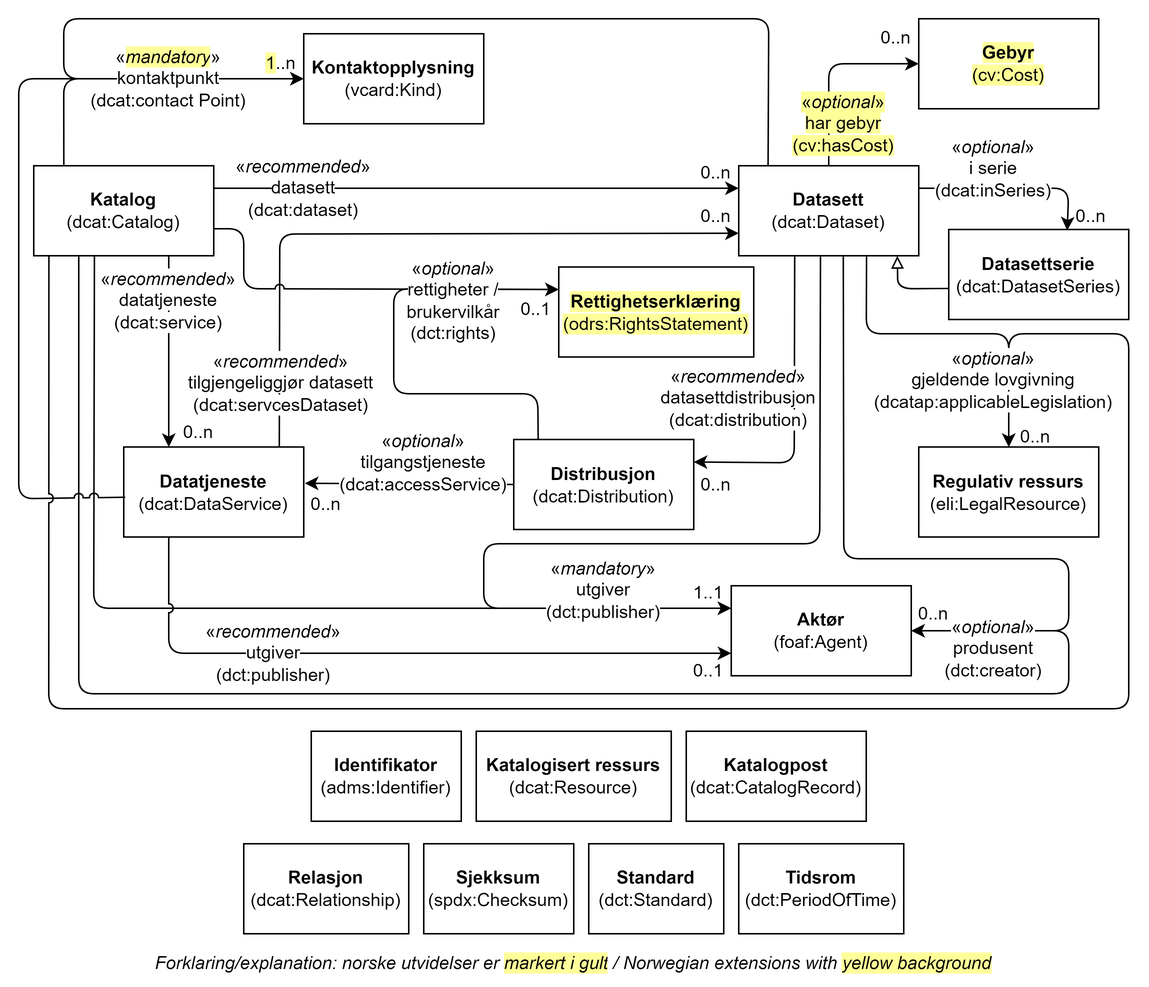
Before: docs/images/DCAT-AP-NO-klasser.png, a diagram exported from draw.io (Informasjonsforvaltning/dcat-ap-no). Source tidied: cells renumbered, new cells last; positions are measured from the earlier drawing's top-left corner, leaving out a move shared by most shapes.
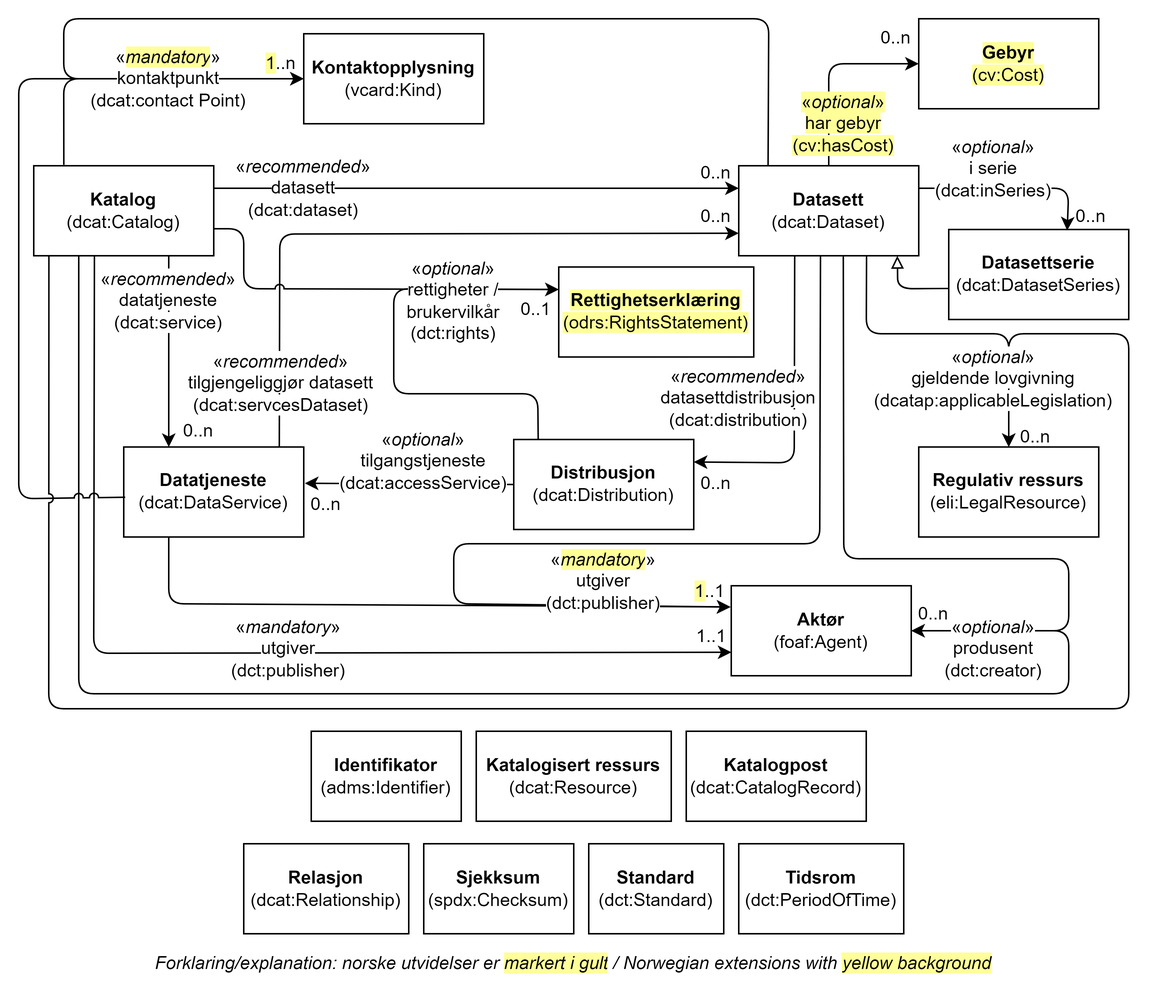
Later version of the same file.

Commit message:
Issue Datatjeneste - utgiver (dct:publisher) bør være obligatorisk #528

Diff of the diagram source:
```diff
@@ -2,19 +2,19 @@
   <root>
     <mxCell id="0" />
     <mxCell id="1" parent="0" />
-    <mxCell id="2" style="endArrow=classic;html=1;rounded=1;entryX=0;entryY=0.25;entryDx=0;entryDy=0;curved=0;exitX=0.337;exitY=0.979;exitDx=0;exitDy=0;exitPerimeter=0;" parent="1" edge="1" source="4" target="25">
+    <mxCell id="2" style="endArrow=classic;html=1;rounded=1;entryX=0.001;entryY=0.739;entryDx=0;entryDy=0;curved=0;exitX=0.337;exitY=0.979;exitDx=0;exitDy=0;exitPerimeter=0;entryPerimeter=0;" parent="1" edge="1" source="4" target="25">
       <mxGeometry relative="1" as="geometry">
         <Array as="points">
-          <mxPoint x="50" y="393" />
+          <mxPoint x="50" y="423" />
         </Array>
       </mxGeometry>
     </mxCell>
-    <mxCell id="3" style="endArrow=classic;html=1;rounded=1;entryX=0;entryY=0.25;entryDx=0;entryDy=0;curved=0;exitX=0.454;exitY=0.982;exitDx=0;exitDy=0;exitPerimeter=0;" parent="1" edge="1" source="5" target="25">
+    <mxCell id="3" style="endArrow=classic;html=1;rounded=1;entryX=-0.005;entryY=0.236;entryDx=0;entryDy=0;curved=0;exitX=0.454;exitY=0.982;exitDx=0;exitDy=0;exitPerimeter=0;entryPerimeter=0;" parent="1" edge="1" source="5" target="25">
       <mxGeometry relative="1" as="geometry">
         <Array as="points">
           <mxPoint x="534" y="350" />
-          <mxPoint x="310" y="350" />
-          <mxPoint x="310" y="393" />
+          <mxPoint x="290" y="350" />
+          <mxPoint x="290" y="390" />
         </Array>
       </mxGeometry>
     </mxCell>
@@ -106,7 +106,7 @@
       </mxGeometry>
     </mxCell>
     <mxCell id="27" value="1..1" style="text;html=1;strokeColor=none;fillColor=none;align=center;verticalAlign=middle;whiteSpace=wrap;rounded=0;" parent="1" vertex="1">
-      <mxGeometry x="445" y="370.5" width="30" height="25" as="geometry" />
+      <mxGeometry x="447" y="399" width="30" height="25" as="geometry" />
     </mxCell>
     <mxCell id="28" value="0..n" style="text;html=1;strokeColor=none;fillColor=none;align=center;verticalAlign=middle;whiteSpace=wrap;rounded=0;" parent="1" vertex="1">
       <mxGeometry x="450" y="90" width="30" height="25" as="geometry" />
@@ -140,9 +140,6 @@
     <mxCell id="35" value="0..n" style="text;html=1;strokeColor=none;fillColor=none;align=center;verticalAlign=middle;whiteSpace=wrap;rounded=0;" parent="1" vertex="1">
       <mxGeometry x="700" y="121.8" width="30" height="20" as="geometry" />
     </mxCell>
-    <mxCell id="36" value="&lt;span style=&quot;background-color: rgb(255, 255, 255);&quot;&gt;«&lt;i&gt;mandatory&lt;/i&gt;»&lt;br&gt;utgiver&lt;br&gt;(dct:publisher)&lt;/span&gt;" style="text;html=1;strokeColor=none;fillColor=none;align=center;verticalAlign=middle;whiteSpace=wrap;rounded=0;" parent="1" vertex="1">
-      <mxGeometry x="360" y="365.5" width="60" height="30" as="geometry" />
-    </mxCell>
     <mxCell id="37" value="Forklaring/explanation: norske utvidelser er&amp;nbsp;&lt;span style=&quot;background-color: rgb(255, 255, 153);&quot;&gt;markert i gult&lt;/span&gt;&lt;span style=&quot;background-color: rgb(255 , 255 , 255)&quot;&gt;&amp;nbsp;/&amp;nbsp;Norwegian extensions with &lt;/span&gt;&lt;span style=&quot;background-color: rgb(255, 255, 153);&quot;&gt;yellow background&lt;/span&gt;" style="text;html=1;strokeColor=none;fillColor=none;align=center;verticalAlign=middle;whiteSpace=wrap;rounded=0;fontStyle=2;" parent="1" vertex="1">
       <mxGeometry y="620" width="740" height="20" as="geometry" />
     </mxCell>
@@ -182,18 +179,18 @@
     <mxCell id="44" value="&lt;span style=&quot;background-color: rgb(255, 255, 255);&quot;&gt;«&lt;/span&gt;&lt;i style=&quot;background-color: rgb(255, 255, 153);&quot;&gt;mandatory&lt;/i&gt;&lt;span style=&quot;background-color: rgb(255, 255, 255);&quot;&gt;»&lt;/span&gt;&lt;br&gt;&lt;span style=&quot;background-color: rgb(255, 255, 255);&quot;&gt;kontaktpunkt&lt;/span&gt;&lt;br&gt;&lt;span style=&quot;background-color: rgb(255, 255, 255);&quot;&gt;(dcat:contact Point)&lt;/span&gt;" style="text;html=1;strokeColor=none;fillColor=none;align=center;verticalAlign=middle;whiteSpace=wrap;rounded=0;" parent="1" vertex="1">
       <mxGeometry x="40" y="25" width="120" height="30" as="geometry" />
     </mxCell>
-    <mxCell id="45" style="endArrow=classic;html=1;rounded=1;entryX=0;entryY=0.75;entryDx=0;entryDy=0;jumpStyle=arc;exitX=0.25;exitY=1;exitDx=0;exitDy=0;curved=0;" parent="1" edge="1" source="9" target="25">
+    <mxCell id="45" style="endArrow=classic;html=1;rounded=1;jumpStyle=arc;exitX=0.25;exitY=1;exitDx=0;exitDy=0;curved=0;entryX=-0.003;entryY=0.236;entryDx=0;entryDy=0;entryPerimeter=0;" parent="1" edge="1" source="9" target="25">
       <mxGeometry relative="1" as="geometry">
         <Array as="points">
-          <mxPoint x="100" y="423" />
+          <mxPoint x="100" y="390" />
         </Array>
       </mxGeometry>
     </mxCell>
-    <mxCell id="46" value="&lt;span style=&quot;background-color: rgb(255, 255, 255);&quot;&gt;«&lt;i&gt;recommended&lt;/i&gt;»&lt;br&gt;utgiver&lt;br&gt;(dct:publisher)&lt;/span&gt;" style="text;html=1;strokeColor=none;fillColor=none;align=center;verticalAlign=middle;whiteSpace=wrap;rounded=0;" parent="1" vertex="1">
-      <mxGeometry x="140" y="408" width="60" height="30" as="geometry" />
+    <mxCell id="46" value="&lt;span style=&quot;background-color: rgb(255, 255, 255);&quot;&gt;«&lt;/span&gt;&lt;i style=&quot;background-color: rgb(255, 255, 153);&quot;&gt;mandatory&lt;/i&gt;&lt;span style=&quot;background-color: rgb(255, 255, 255);&quot;&gt;»&lt;/span&gt;&lt;br&gt;&lt;span style=&quot;background-color: rgb(255, 255, 255);&quot;&gt;utgiver&lt;/span&gt;&lt;br&gt;&lt;span style=&quot;background-color: rgb(255, 255, 255);&quot;&gt;(dct:publisher)&lt;/span&gt;" style="text;html=1;strokeColor=none;fillColor=none;align=center;verticalAlign=middle;whiteSpace=wrap;rounded=0;" parent="1" vertex="1">
+      <mxGeometry x="360" y="360" width="60" height="30" as="geometry" />
     </mxCell>
-    <mxCell id="47" value="0..1" style="text;html=1;strokeColor=none;fillColor=none;align=center;verticalAlign=middle;whiteSpace=wrap;rounded=0;" parent="1" vertex="1">
-      <mxGeometry x="445" y="422.5" width="30" height="25" as="geometry" />
+    <mxCell id="47" value="&lt;span style=&quot;background-color: rgb(255, 255, 153);&quot;&gt;1&lt;/span&gt;..1" style="text;html=1;strokeColor=none;fillColor=none;align=center;verticalAlign=middle;whiteSpace=wrap;rounded=0;" parent="1" vertex="1">
+      <mxGeometry x="446" y="369" width="30" height="25" as="geometry" />
     </mxCell>
     <mxCell id="48" style="endArrow=classic;html=1;rounded=1;jumpStyle=arc;entryX=1;entryY=0.5;entryDx=0;entryDy=0;curved=0;exitX=0.581;exitY=1.009;exitDx=0;exitDy=0;exitPerimeter=0;" parent="1" edge="1" source="5" target="25">
       <mxGeometry relative="1" as="geometry">
@@ -279,5 +276,8 @@
     <mxCell id="65" value="&lt;b&gt;Tidsrom &lt;/b&gt;(dct:PeriodOfTime)" style="rounded=0;whiteSpace=wrap;html=1;" parent="1" vertex="1">
       <mxGeometry x="480" y="550" width="110" height="60" as="geometry" />
     </mxCell>
+    <mxCell id="36" value="&lt;span style=&quot;background-color: rgb(255, 255, 255);&quot;&gt;«&lt;i&gt;mandatory&lt;/i&gt;»&lt;br&gt;utgiver&lt;br&gt;(dct:publisher)&lt;/span&gt;" style="text;html=1;strokeColor=none;fillColor=none;align=center;verticalAlign=middle;whiteSpace=wrap;rounded=0;" parent="1" vertex="1">
+      <mxGeometry x="150" y="405" width="60" height="30" as="geometry" />
+    </mxCell>
   </root>
 </mxGraphModel>
```
